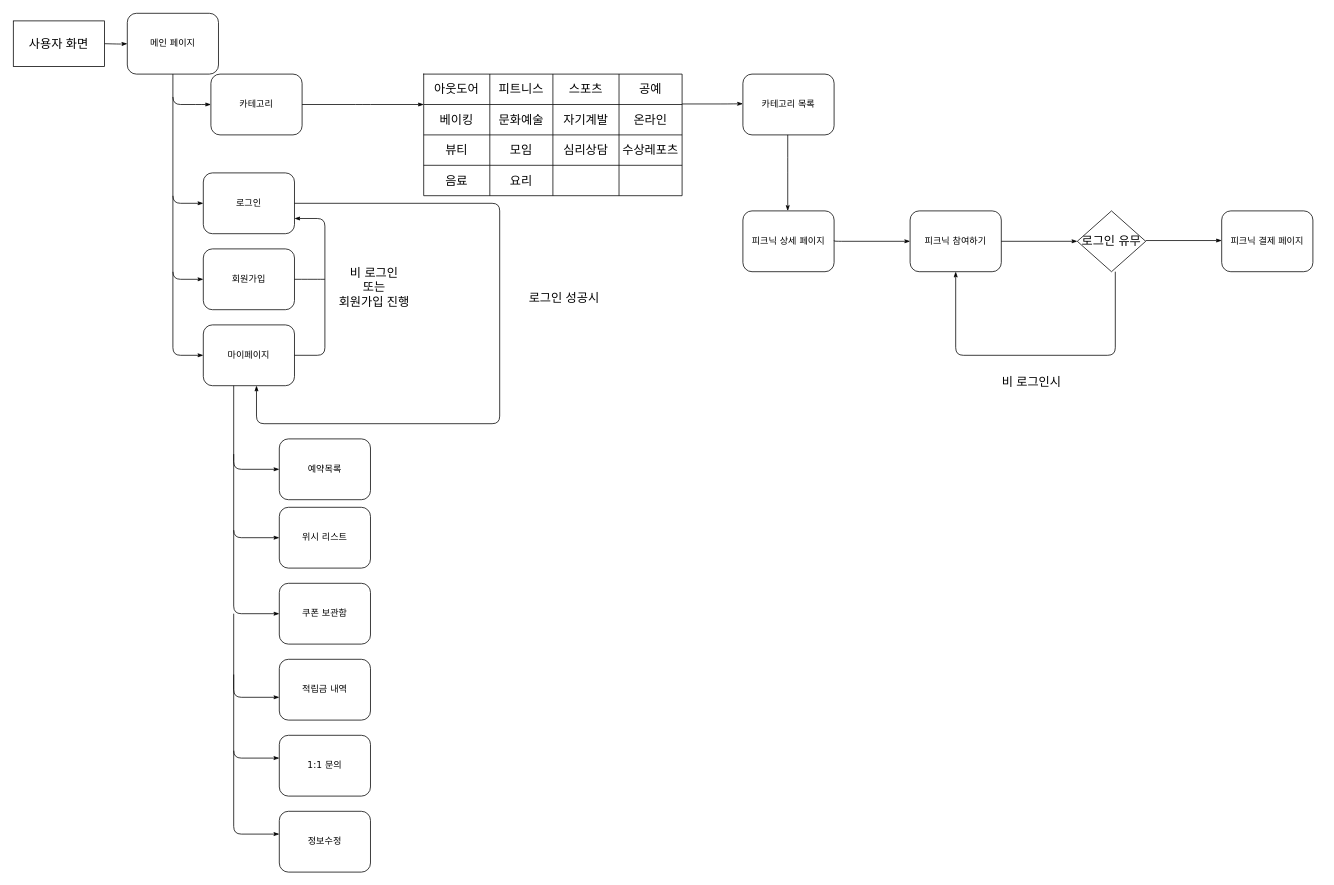
This is 제목 없는 다이어그램.drawio from DuBori/test, a draw.io file, before an edit. Source tidied: cells renumbered, new cells numbered last; positions are measured from the earlier drawing's top-left corner, leaving out a move shared by most shapes. Both pictures are drawn from the tidied source at 76%, with x=0, y=0 at pixel (13, 13).
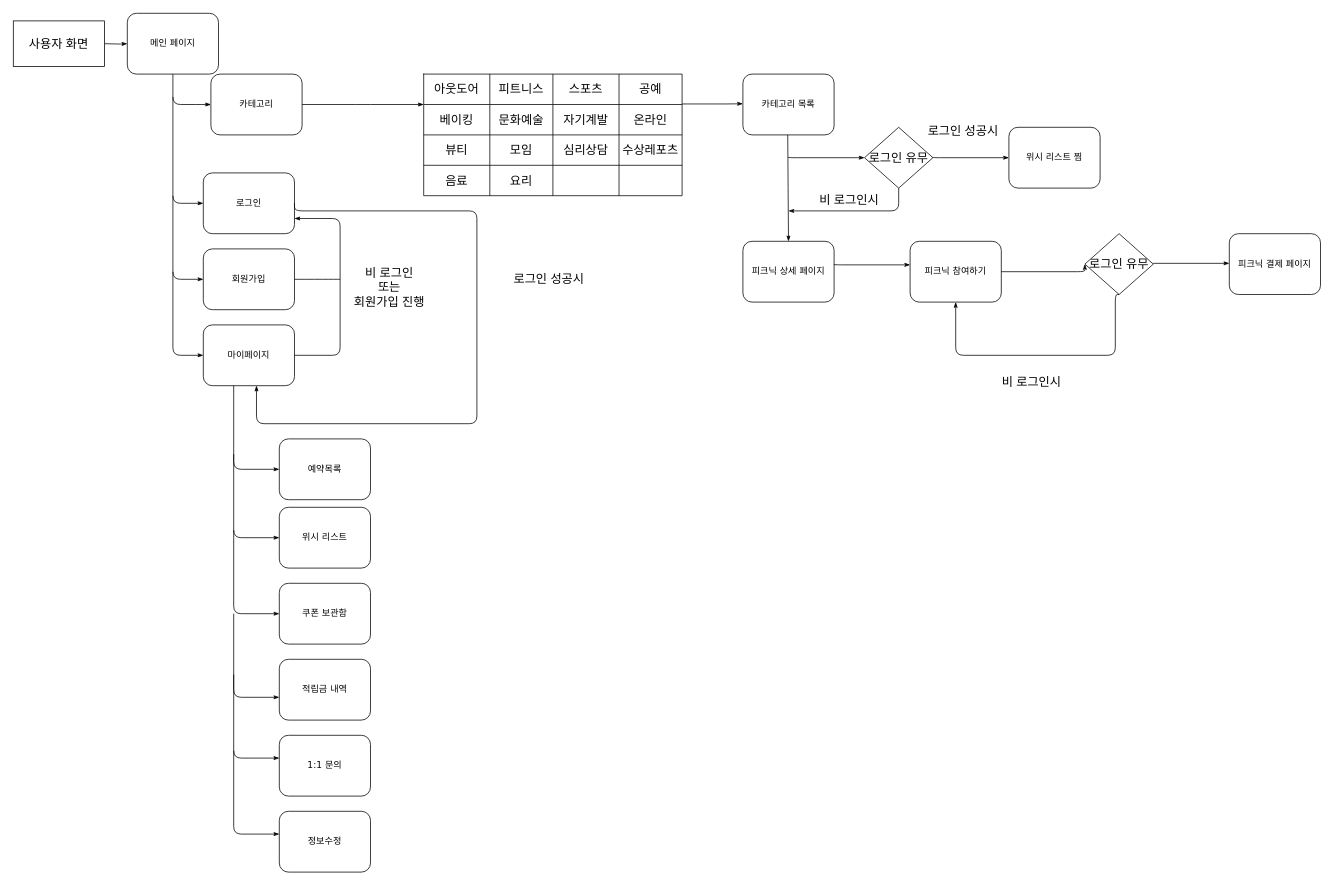
Above is the later version.

Commit message (it also covers changes not shown here):
제목 없는 다이어그램.drawio 업데이트

The change refers to these unchanged cells:
```xml
<mxCell id="8" value="로그인" style="rounded=1;whiteSpace=wrap;html=1;shadow=0;labelBackgroundColor=none;strokeWidth=1;fontFamily=Verdana;fontSize=12;align=center;" parent="1" vertex="1">
  <mxGeometry x="250" y="210" width="120" height="80" as="geometry" />
</mxCell>
<mxCell id="12" value="마이페이지" style="rounded=1;whiteSpace=wrap;html=1;shadow=0;labelBackgroundColor=none;strokeWidth=1;fontFamily=Verdana;fontSize=12;align=center;" parent="1" vertex="1">
  <mxGeometry x="250" y="410" width="120" height="80" as="geometry" />
</mxCell>
```

Change to the diagram source:
```diff
@@
     <mxCell id="13" style="edgeStyle=orthogonalEdgeStyle;rounded=1;html=1;labelBackgroundColor=none;startArrow=none;startFill=0;startSize=5;endArrow=classicThin;endFill=1;endSize=5;jettySize=auto;strokeWidth=1;fontFamily=Verdana;fontSize=8;exitX=1;exitY=0.5;exitDx=0;exitDy=0;entryX=1;entryY=0.75;entryDx=0;entryDy=0;" parent="1" edge="1" source="12" target="8">
       <mxGeometry x="0.47" y="-50" relative="1" as="geometry">
         <Array as="points">
-          <mxPoint x="410" y="450" />
-          <mxPoint x="410" y="270" />
+          <mxPoint x="430" y="450" />
+          <mxPoint x="430" y="270" />
         </Array>
         <mxPoint x="-1" as="offset" />
       </mxGeometry>
     </mxCell>
     <mxCell id="14" value="비 로그인&lt;br&gt;또는&lt;br&gt;회원가입 진행" style="text;strokeColor=none;fillColor=none;html=1;align=center;verticalAlign=middle;whiteSpace=wrap;rounded=0;fontSize=16;" parent="1" vertex="1">
-      <mxGeometry x="420" y="310" width="110" height="100" as="geometry" />
+      <mxGeometry x="440" y="310" width="110" height="100" as="geometry" />
     </mxCell>
     <mxCell id="15" style="edgeStyle=orthogonalEdgeStyle;rounded=1;html=1;labelBackgroundColor=none;startArrow=none;startFill=0;startSize=5;endArrow=classicThin;endFill=1;endSize=5;jettySize=auto;strokeWidth=1;fontFamily=Verdana;fontSize=8;exitX=1;exitY=0.5;exitDx=0;exitDy=0;" parent="1" edge="1" source="8">
       <mxGeometry x="1" y="163" relative="1" as="geometry">
         <mxPoint x="320" y="490" as="targetPoint" />
         <Array as="points">
-          <mxPoint x="640" y="250" />
-          <mxPoint x="640" y="540" />
+          <mxPoint x="370" y="260" />
+          <mxPoint x="610" y="260" />
+          <mxPoint x="610" y="540" />
           <mxPoint x="320" y="540" />
-          <mxPoint x="320" y="490" />
         </Array>
         <mxPoint x="160" y="133" as="offset" />
       </mxGeometry>
     </mxCell>
     <mxCell id="16" value="로그인 성공시" style="text;strokeColor=none;fillColor=none;html=1;align=center;verticalAlign=middle;whiteSpace=wrap;rounded=0;fontSize=16;" parent="1" vertex="1">
-      <mxGeometry x="670" y="360" width="110" height="30" as="geometry" />
+      <mxGeometry x="650" y="335" width="110" height="30" as="geometry" />
     </mxCell>
     <mxCell id="17" style="endArrow=none;html=1;rounded=0;fontSize=12;startSize=14;endSize=14;sourcePerimeterSpacing=8;targetPerimeterSpacing=8;curved=1;" parent="1" edge="1">
       <mxGeometry relative="1" as="geometry">
-        <mxPoint x="410" y="350" as="sourcePoint" />
+        <mxPoint x="430" y="350" as="sourcePoint" />
         <mxPoint x="370" y="350" as="targetPoint" />
       </mxGeometry>
     </mxCell>
@@
-    <mxCell id="43" style="edgeStyle=orthogonalEdgeStyle;rounded=1;html=1;labelBackgroundColor=none;startArrow=none;startFill=0;startSize=5;endArrow=classicThin;endFill=1;endSize=5;jettySize=auto;orthogonalLoop=1;strokeWidth=1;fontFamily=Verdana;fontSize=8;exitX=1;exitY=0.5;exitDx=0;exitDy=0;" parent="1" edge="1">
+    <mxCell id="43" style="edgeStyle=orthogonalEdgeStyle;rounded=1;html=1;labelBackgroundColor=none;startArrow=none;startFill=0;startSize=5;endArrow=classicThin;endFill=1;endSize=5;jettySize=auto;strokeWidth=1;fontFamily=Verdana;fontSize=8;exitX=1;exitY=0.5;exitDx=0;exitDy=0;entryX=0.5;entryY=0;entryDx=0;entryDy=0;" parent="1" edge="1" target="44">
       <mxGeometry x="1" y="163" relative="1" as="geometry">
         <mxPoint x="1019" y="160" as="sourcePoint" />
-        <mxPoint x="1019" y="260" as="targetPoint" />
-        <Array as="points">
-          <mxPoint x="1019" y="200" />
-          <mxPoint x="1019" y="200" />
-        </Array>
         <mxPoint x="160" y="133" as="offset" />
       </mxGeometry>
     </mxCell>
     <mxCell id="44" value="피크닉 상세 페이지" style="rounded=1;whiteSpace=wrap;html=1;shadow=0;labelBackgroundColor=none;strokeWidth=1;fontFamily=Verdana;fontSize=12;align=center;" parent="1" vertex="1">
-      <mxGeometry x="960" y="260" width="120" height="80" as="geometry" />
+      <mxGeometry x="960" y="300" width="120" height="80" as="geometry" />
     </mxCell>
     <mxCell id="45" style="edgeStyle=orthogonalEdgeStyle;rounded=1;html=1;labelBackgroundColor=none;startArrow=none;startFill=0;startSize=5;endArrow=classicThin;endFill=1;endSize=5;jettySize=auto;orthogonalLoop=1;strokeWidth=1;fontFamily=Verdana;fontSize=8;exitX=1;exitY=0.5;exitDx=0;exitDy=0;" parent="1" edge="1">
       <mxGeometry x="1" y="163" relative="1" as="geometry">
-        <mxPoint x="1080" y="299" as="sourcePoint" />
-        <mxPoint x="1180" y="300" as="targetPoint" />
+        <mxPoint x="1080" y="330" as="sourcePoint" />
+        <mxPoint x="1180" y="331" as="targetPoint" />
         <Array as="points">
-          <mxPoint x="1180" y="300" />
-          <mxPoint x="1180" y="300" />
+          <mxPoint x="1180" y="331" />
+          <mxPoint x="1180" y="331" />
         </Array>
         <mxPoint x="160" y="133" as="offset" />
       </mxGeometry>
     </mxCell>
     <mxCell id="46" value="피크닉 참여하기" style="rounded=1;whiteSpace=wrap;html=1;shadow=0;labelBackgroundColor=none;strokeWidth=1;fontFamily=Verdana;fontSize=12;align=center;" parent="1" vertex="1">
-      <mxGeometry x="1180" y="260" width="120" height="80" as="geometry" />
+      <mxGeometry x="1180" y="300" width="120" height="80" as="geometry" />
     </mxCell>
     <mxCell id="47" value="로그인 유무" style="rhombus;whiteSpace=wrap;html=1;fontSize=16;" parent="1" vertex="1">
-      <mxGeometry x="1400" y="260" width="90" height="80" as="geometry" />
+      <mxGeometry x="1410" y="290" width="90" height="80" as="geometry" />
     </mxCell>
     <mxCell id="48" style="edgeStyle=orthogonalEdgeStyle;rounded=1;html=1;labelBackgroundColor=none;startArrow=none;startFill=0;startSize=5;endArrow=classicThin;endFill=1;endSize=5;jettySize=auto;strokeWidth=1;fontFamily=Verdana;fontSize=8;entryX=0;entryY=0.5;entryDx=0;entryDy=0;" parent="1" edge="1" target="47">
       <mxGeometry x="1" y="163" relative="1" as="geometry">
-        <mxPoint x="1300" y="300" as="sourcePoint" />
+        <mxPoint x="1300" y="340" as="sourcePoint" />
         <Array as="points">
-          <mxPoint x="1300" y="300" />
+          <mxPoint x="1300" y="340" />
+          <mxPoint x="1410" y="340" />
         </Array>
         <mxPoint x="160" y="133" as="offset" />
       </mxGeometry>
     </mxCell>
-    <mxCell id="49" style="edgeStyle=orthogonalEdgeStyle;rounded=1;html=1;labelBackgroundColor=none;startArrow=none;startFill=0;startSize=5;endArrow=classicThin;endFill=1;endSize=5;jettySize=auto;strokeWidth=1;fontFamily=Verdana;fontSize=8;exitX=1;exitY=0.5;exitDx=0;exitDy=0;entryX=0.5;entryY=1;entryDx=0;entryDy=0;" parent="1" edge="1" target="46">
+    <mxCell id="49" style="edgeStyle=orthogonalEdgeStyle;rounded=1;html=1;labelBackgroundColor=none;startArrow=none;startFill=0;startSize=5;endArrow=classicThin;endFill=1;endSize=5;jettySize=auto;strokeWidth=1;fontFamily=Verdana;fontSize=8;entryX=0.5;entryY=1;entryDx=0;entryDy=0;exitX=0.5;exitY=1;exitDx=0;exitDy=0;" parent="1" edge="1" source="47" target="46">
       <mxGeometry x="1" y="163" relative="1" as="geometry">
-        <mxPoint x="1450" y="340" as="sourcePoint" />
         <Array as="points">
+          <mxPoint x="1450" y="370" />
           <mxPoint x="1450" y="450" />
           <mxPoint x="1240" y="450" />
         </Array>
         <mxPoint x="160" y="133" as="offset" />
       </mxGeometry>
     </mxCell>
@@
     <mxCell id="51" style="edgeStyle=orthogonalEdgeStyle;rounded=1;html=1;labelBackgroundColor=none;startArrow=none;startFill=0;startSize=5;endArrow=classicThin;endFill=1;endSize=5;jettySize=auto;orthogonalLoop=1;strokeWidth=1;fontFamily=Verdana;fontSize=8;entryX=0;entryY=0.5;entryDx=0;entryDy=0;" parent="1" edge="1">
       <mxGeometry x="1" y="163" relative="1" as="geometry">
-        <mxPoint x="1490" y="299" as="sourcePoint" />
-        <mxPoint x="1590" y="299" as="targetPoint" />
+        <mxPoint x="1500" y="329" as="sourcePoint" />
+        <mxPoint x="1600" y="329" as="targetPoint" />
         <Array as="points">
-          <mxPoint x="1490" y="299" />
+          <mxPoint x="1500" y="329" />
         </Array>
         <mxPoint x="160" y="133" as="offset" />
       </mxGeometry>
     </mxCell>
@@
     <mxCell id="64" value="피크닉 결제 페이지" style="rounded=1;whiteSpace=wrap;html=1;shadow=0;labelBackgroundColor=none;strokeWidth=1;fontFamily=Verdana;fontSize=12;align=center;" parent="1" vertex="1">
-      <mxGeometry x="1590" y="260" width="120" height="80" as="geometry" />
+      <mxGeometry x="1600" y="290" width="120" height="80" as="geometry" />
     </mxCell>
+    <mxCell id="65" style="edgeStyle=orthogonalEdgeStyle;rounded=1;html=1;labelBackgroundColor=none;startArrow=none;startFill=0;startSize=5;endArrow=classicThin;endFill=1;endSize=5;jettySize=auto;orthogonalLoop=1;strokeWidth=1;fontFamily=Verdana;fontSize=8;exitX=1;exitY=0.5;exitDx=0;exitDy=0;" parent="1" edge="1">
+      <mxGeometry x="1" y="163" relative="1" as="geometry">
+        <mxPoint x="1020" y="189" as="sourcePoint" />
+        <mxPoint x="1120" y="190" as="targetPoint" />
+        <Array as="points">
+          <mxPoint x="1120" y="190" />
+          <mxPoint x="1120" y="190" />
+        </Array>
+        <mxPoint x="160" y="133" as="offset" />
+      </mxGeometry>
+    </mxCell>
+    <mxCell id="66" value="위시 리스트 찜" style="rounded=1;whiteSpace=wrap;html=1;shadow=0;labelBackgroundColor=none;strokeWidth=1;fontFamily=Verdana;fontSize=12;align=center;" parent="1" vertex="1">
+      <mxGeometry x="1310" y="150" width="120" height="80" as="geometry" />
+    </mxCell>
+    <mxCell id="67" value="로그인 유무" style="rhombus;whiteSpace=wrap;html=1;fontSize=16;" parent="1" vertex="1">
+      <mxGeometry x="1120" y="150" width="90" height="80" as="geometry" />
+    </mxCell>
+    <mxCell id="68" style="edgeStyle=orthogonalEdgeStyle;rounded=1;html=1;labelBackgroundColor=none;startArrow=none;startFill=0;startSize=5;endArrow=classicThin;endFill=1;endSize=5;jettySize=auto;orthogonalLoop=1;strokeWidth=1;fontFamily=Verdana;fontSize=8;exitX=1;exitY=0.5;exitDx=0;exitDy=0;" parent="1" edge="1">
+      <mxGeometry x="1" y="163" relative="1" as="geometry">
+        <mxPoint x="1210" y="189" as="sourcePoint" />
+        <mxPoint x="1310" y="190" as="targetPoint" />
+        <Array as="points">
+          <mxPoint x="1310" y="190" />
+          <mxPoint x="1310" y="190" />
+        </Array>
+        <mxPoint x="160" y="133" as="offset" />
+      </mxGeometry>
+    </mxCell>
+    <mxCell id="69" style="edgeStyle=orthogonalEdgeStyle;rounded=1;html=1;labelBackgroundColor=none;startArrow=none;startFill=0;startSize=5;endArrow=classicThin;endFill=1;endSize=5;jettySize=auto;strokeWidth=1;fontFamily=Verdana;fontSize=8;exitX=0.5;exitY=1;exitDx=0;exitDy=0;" parent="1" edge="1" source="67">
+      <mxGeometry x="1" y="163" relative="1" as="geometry">
+        <mxPoint x="1020" y="260" as="targetPoint" />
+        <Array as="points">
+          <mxPoint x="1165" y="260" />
+        </Array>
+        <mxPoint x="160" y="133" as="offset" />
+      </mxGeometry>
+    </mxCell>
+    <mxCell id="70" value="비 로그인시" style="text;strokeColor=none;fillColor=none;html=1;align=center;verticalAlign=middle;whiteSpace=wrap;rounded=0;fontSize=16;" parent="1" vertex="1">
+      <mxGeometry x="1040" y="230" width="120" height="30" as="geometry" />
+    </mxCell>
+    <mxCell id="71" value="로그인 성공시" style="text;strokeColor=none;fillColor=none;html=1;align=center;verticalAlign=middle;whiteSpace=wrap;rounded=0;fontSize=16;" parent="1" vertex="1">
+      <mxGeometry x="1190" y="140" width="120" height="30" as="geometry" />
+    </mxCell>
```
